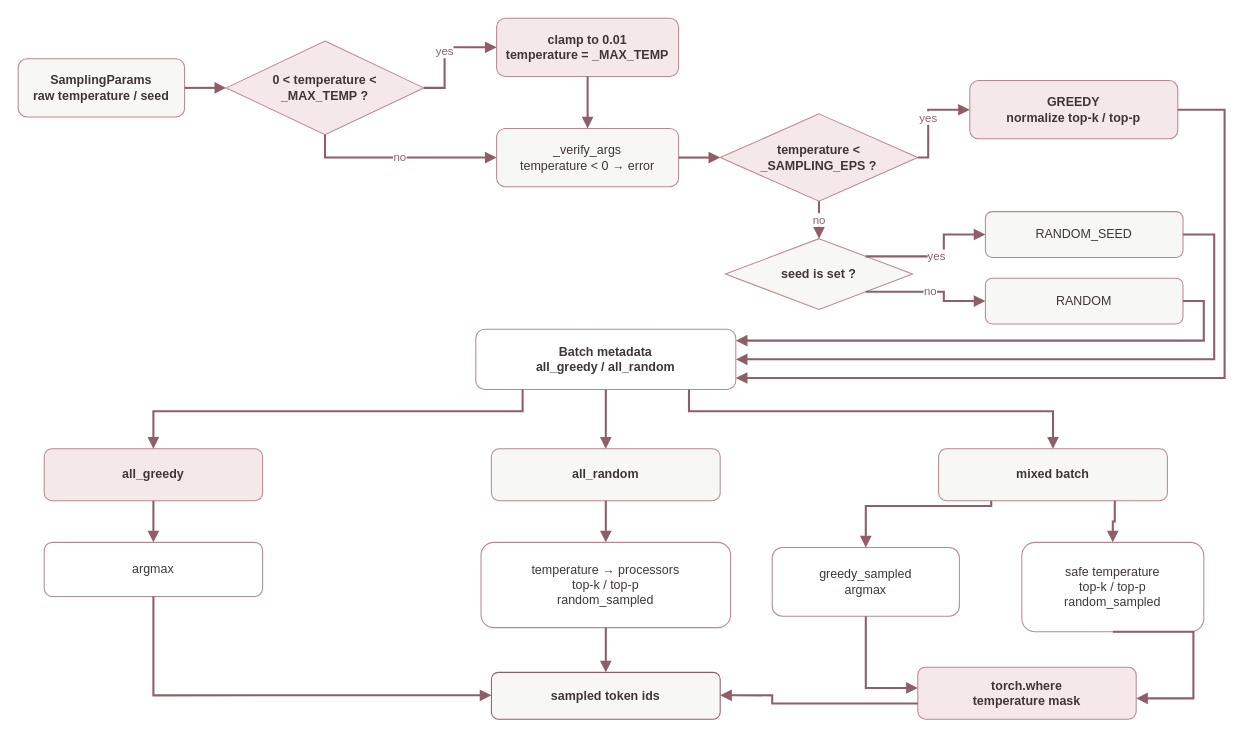
The draw.io diagram docs/assets/infra/vllm/greedy-sampling-flow.drawio in cake0606/cake0606.github.io, before the edit. Source tidied: cells renumbered, new cells numbered last; positions are measured from the earlier drawing's top-left corner, leaving out a move shared by most shapes. Both pictures are drawn from the tidied source at 104%, with x=0, y=0 at pixel (18, 18).
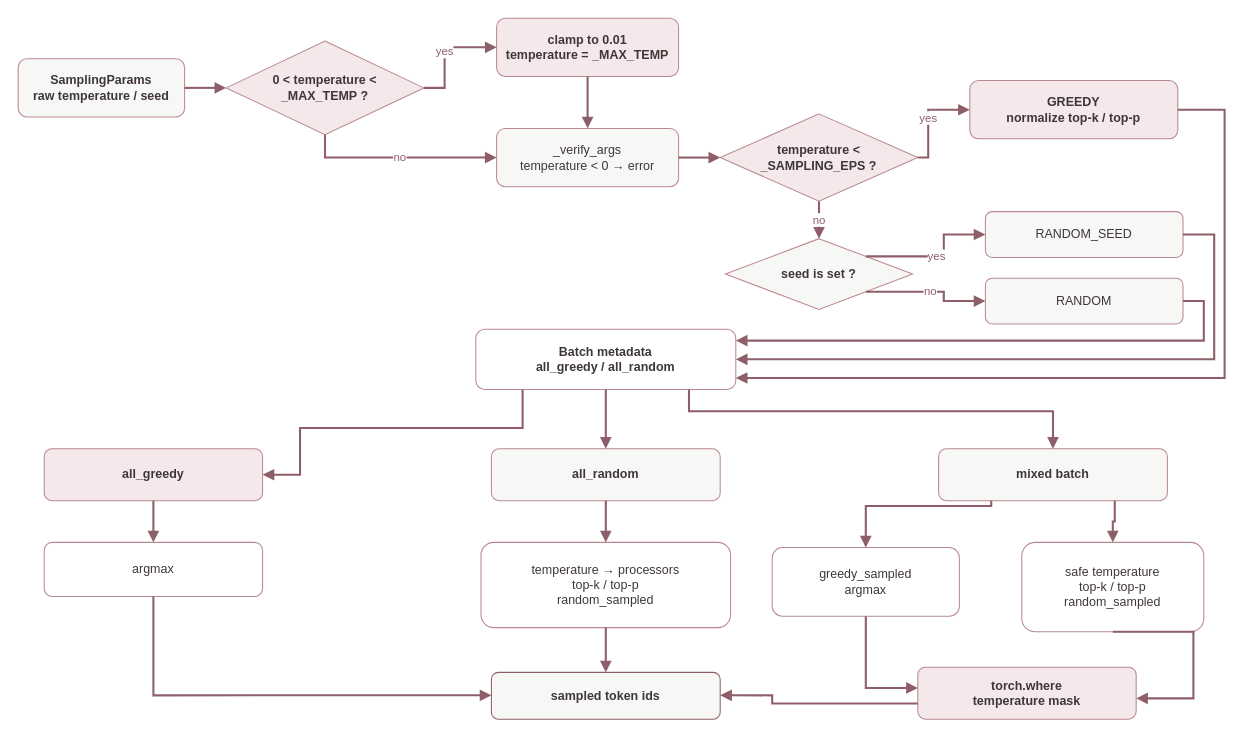
After the change.

Commit message (it also covers changes not shown here):
fix: keep sampling connector clear of lane label

The change refers to these unchanged cells:
```xml
<mxCell id="11" value="Batch metadata&#10;all_greedy / all_random" style="rounded=1;whiteSpace=wrap;html=1;fillColor=#ffffff;strokeColor=#b98991;fontColor=#3f3638;fontStyle=1;" parent="1" vertex="1">
  <mxGeometry x="440" y="299" width="250" height="58" as="geometry" />
</mxCell>
<mxCell id="12" value="all_greedy" style="rounded=1;whiteSpace=wrap;html=1;fillColor=#f4e8ea;strokeColor=#b98991;fontColor=#3f3638;fontStyle=1;" parent="1" vertex="1">
  <mxGeometry x="25" y="414" width="210" height="50" as="geometry" />
</mxCell>
```

Diff of the diagram source:
```diff
@@
-    <mxCell id="33" style="edgeStyle=orthogonalEdgeStyle;rounded=0;html=1;endArrow=block;endFill=1;strokeColor=#8e5f68;strokeWidth=2;exitX=0.18;exitY=1;entryX=0.5;entryY=0;" parent="1" edge="1" source="11" target="12">
+    <mxCell id="33" style="edgeStyle=orthogonalEdgeStyle;rounded=0;html=1;endArrow=block;endFill=1;strokeColor=#8e5f68;strokeWidth=2;exitX=0.18;exitY=1;entryX=1;entryY=0.5;" parent="1" edge="1" source="11" target="12">
       <mxGeometry relative="1" as="geometry">
         <Array as="points">
-          <mxPoint x="485" y="378" />
-          <mxPoint x="130" y="378" />
+          <mxPoint x="485" y="394" />
+          <mxPoint x="271" y="394" />
+          <mxPoint x="271" y="439" />
         </Array>
       </mxGeometry>
     </mxCell>
```
